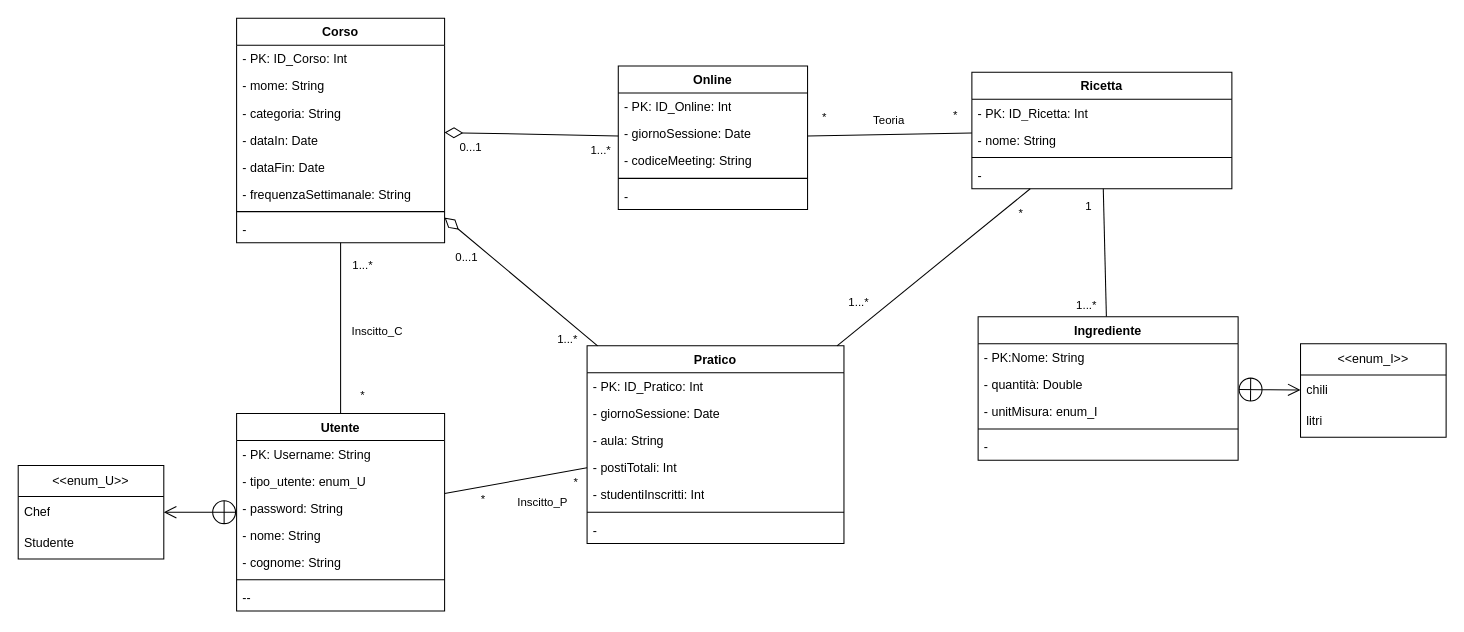
This is page "umlRistrutturato" (3 of 4) of bdd/uml/UML1.drawio from MetisWastaken/UninaFoodLab, a draw.io file, before an edit. Source tidied: cells renumbered, new cells numbered last; positions are measured from the earlier drawing's top-left corner, leaving out a move shared by most shapes. Both pictures are drawn from the tidied source at 104%, with x=0, y=0 at pixel (18, 18).
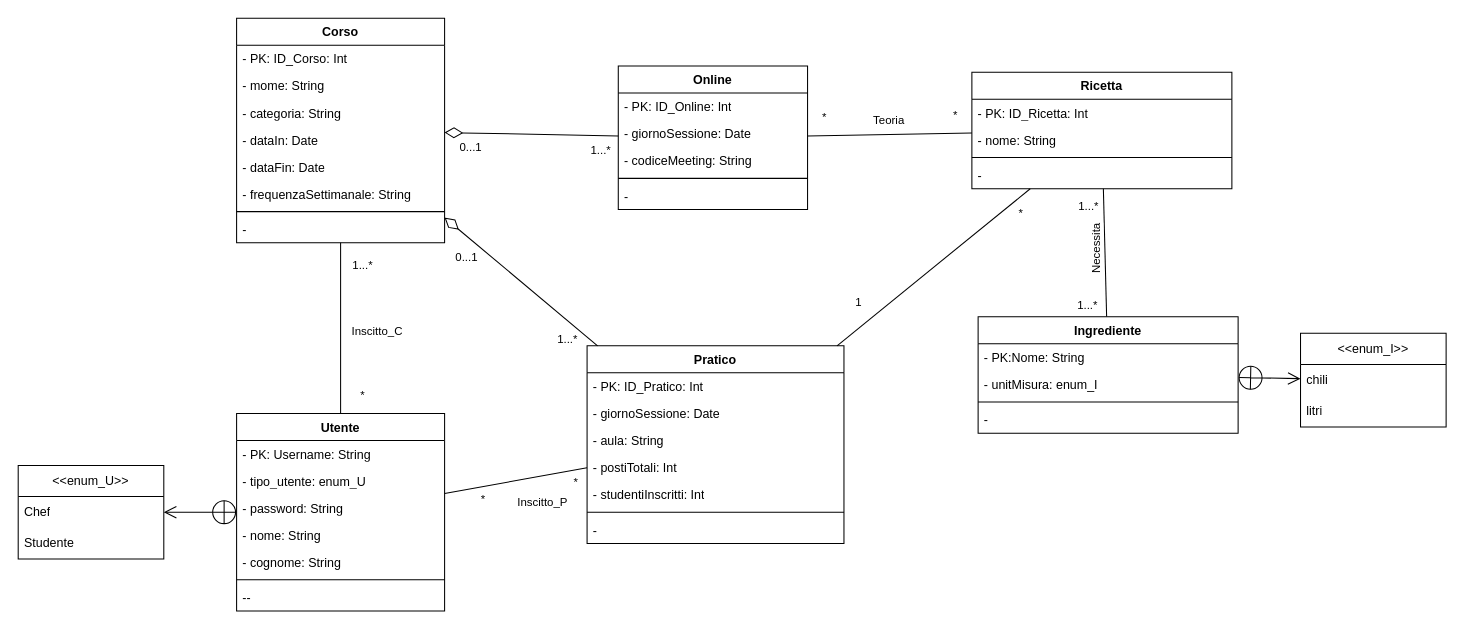
Above is the later version.

Unchanged cells that the change refers to:
```xml
<mxCell id="33" style="rounded=0;jettySize=auto;html=1;endArrow=none;endFill=0;" parent="1" edge="1" source="36" target="59">
  <mxGeometry relative="1" as="geometry" />
</mxCell>
<mxCell id="48" style="edgeStyle=none;shape=connector;rounded=0;jettySize=auto;html=1;strokeColor=default;strokeWidth=1;align=center;verticalAlign=middle;endArrow=none;endFill=0;endSize=6;" parent="1" edge="1" source="25" target="36">
  <mxGeometry relative="1" as="geometry" />
</mxCell>
```

The edit, as a diff of the source:
```diff
@@
-    <mxCell id="35" value="1" style="edgeLabel;html=1;align=center;verticalAlign=middle;" parent="33" vertex="1">
+    <mxCell id="35" value="1...*" style="edgeLabel;html=1;align=center;verticalAlign=middle;" parent="33" vertex="1">
       <mxGeometry x="-0.74" y="-1" relative="1" as="geometry">
         <mxPoint x="-14" as="offset" />
       </mxGeometry>
     </mxCell>
+    <mxCell id="76" value="Necessita" style="edgeLabel;html=1;align=center;verticalAlign=middle;fontFamily=Helvetica;fontSize=11;fontColor=default;labelBackgroundColor=default;rotation=-90;" parent="33" vertex="1">
+      <mxGeometry x="-0.05" y="-1" relative="1" as="geometry">
+        <mxPoint x="-8" as="offset" />
+      </mxGeometry>
+    </mxCell>
@@
-    <mxCell id="50" value="1...*" style="edgeLabel;html=1;align=center;verticalAlign=middle;" parent="48" vertex="1">
+    <mxCell id="50" value="1" style="edgeLabel;html=1;align=center;verticalAlign=middle;" parent="48" vertex="1">
       <mxGeometry x="-0.67" y="-1" relative="1" as="geometry">
         <mxPoint x="-11" y="-19" as="offset" />
       </mxGeometry>
     </mxCell>
@@
     <mxCell id="59" value="Ingrediente" style="swimlane;align=center;verticalAlign=top;horizontal=1;startSize=26;whiteSpace=wrap;html=1;" parent="1" vertex="1">
-      <mxGeometry x="923" y="287" width="250" height="138" as="geometry" />
+      <mxGeometry x="923" y="287" width="250" height="112" as="geometry" />
     </mxCell>
@@
-    <mxCell id="61" value="- quantità: Double" style="text;strokeColor=none;fillColor=none;align=left;verticalAlign=top;spacingLeft=4;spacingRight=4;overflow=hidden;whiteSpace=wrap;html=1;" parent="59" vertex="1">
-      <mxGeometry y="52" width="250" height="26" as="geometry" />
-    </mxCell>
     <mxCell id="62" value="- unitMisura: enum_I" style="text;strokeColor=none;fillColor=none;align=left;verticalAlign=top;spacingLeft=4;spacingRight=4;overflow=hidden;whiteSpace=wrap;html=1;" parent="59" vertex="1">
-      <mxGeometry y="78" width="250" height="26" as="geometry" />
+      <mxGeometry y="52" width="250" height="26" as="geometry" />
     </mxCell>
     <mxCell id="63" style="line;strokeWidth=1;fillColor=none;align=left;verticalAlign=middle;spacingTop=-1;spacingLeft=3;spacingRight=3;labelPosition=right;strokeColor=inherit;" parent="59" vertex="1">
-      <mxGeometry y="104" width="250" height="8" as="geometry" />
+      <mxGeometry y="78" width="250" height="8" as="geometry" />
     </mxCell>
     <mxCell id="64" value="-" style="text;strokeColor=none;fillColor=none;align=left;verticalAlign=top;spacingLeft=4;spacingRight=4;overflow=hidden;whiteSpace=wrap;html=1;" parent="59" vertex="1">
-      <mxGeometry y="112" width="250" height="26" as="geometry" />
+      <mxGeometry y="86" width="250" height="26" as="geometry" />
     </mxCell>
@@
     <mxCell id="66" value="&amp;lt;&amp;lt;enum_I&amp;gt;&amp;gt;" style="swimlane;fontStyle=0;horizontal=1;startSize=30;whiteSpace=wrap;html=1;" parent="1" vertex="1">
-      <mxGeometry x="1233" y="313" width="140" height="90" as="geometry" />
+      <mxGeometry x="1233" y="303" width="140" height="90" as="geometry" />
     </mxCell>
```
